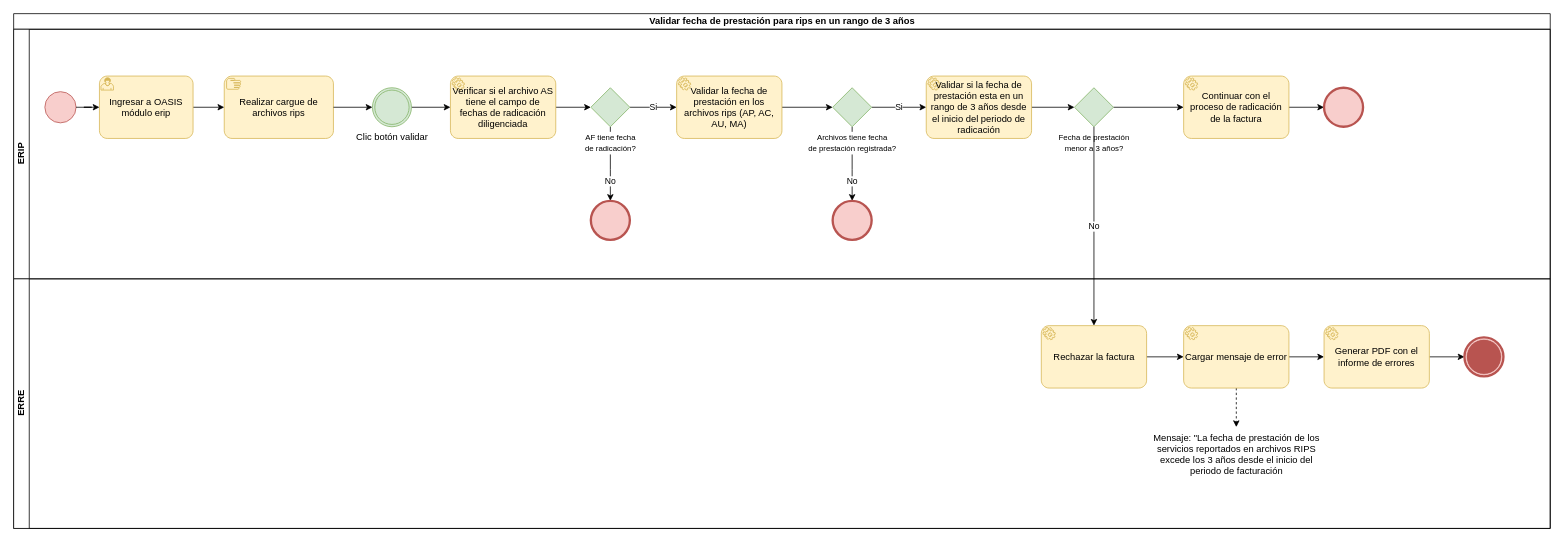
The draw.io diagram RIPS con fecha de prestación dentro de 3 años.drawio in kevinjporto/Diagramas-de-procesos, before the edit. Source tidied: cells renumbered, new cells numbered last; positions are measured from the earlier drawing's top-left corner, leaving out a move shared by most shapes. Both pictures are drawn from the tidied source at 78%, with x=0, y=0 at pixel (13, 13).
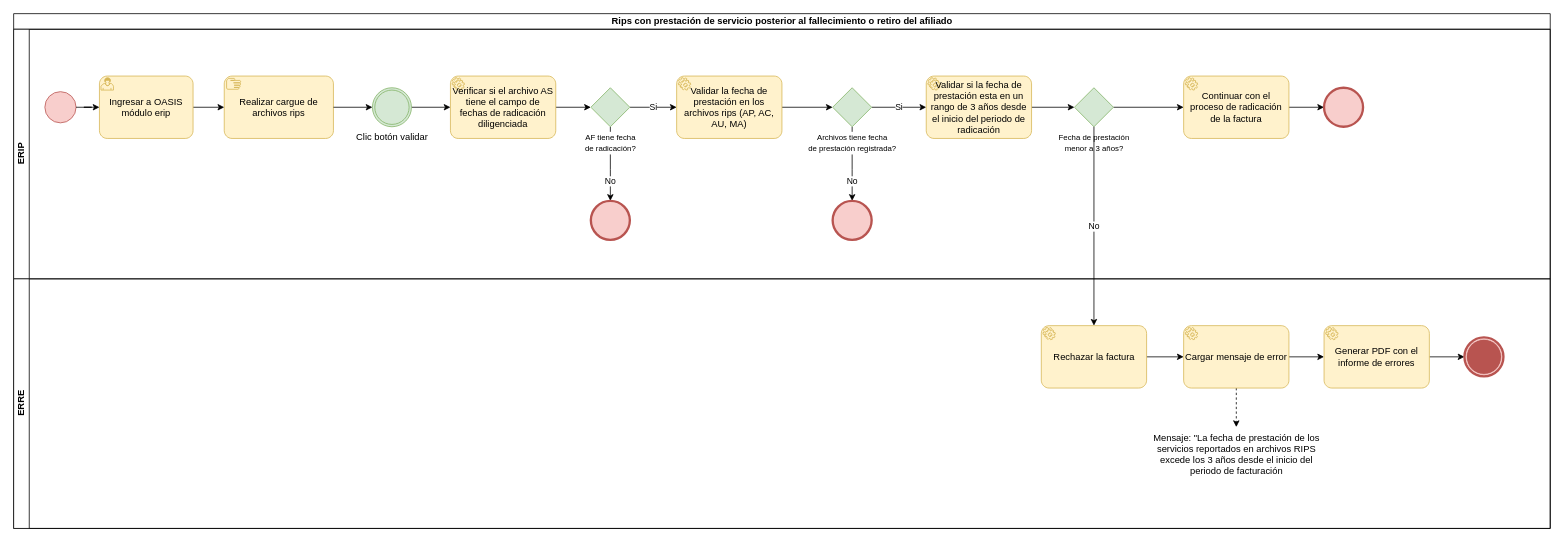
After the change.

Commit message (it also covers changes not shown here):
Rips afiliado fallecido o retirado.drawio

Diff of the diagram source:
```diff
@@
-    <mxCell id="2" value="Validar fecha de prestación para rips en un rango de 3 años" style="swimlane;horizontal=1;startSize=20;html=1;" parent="1" vertex="1">
+    <mxCell id="2" value="Rips con prestación de servicio posterior al fallecimiento o retiro del afiliado" style="swimlane;horizontal=1;startSize=20;html=1;" parent="1" vertex="1">
       <mxGeometry width="1970" height="660" as="geometry" />
     </mxCell>
```
